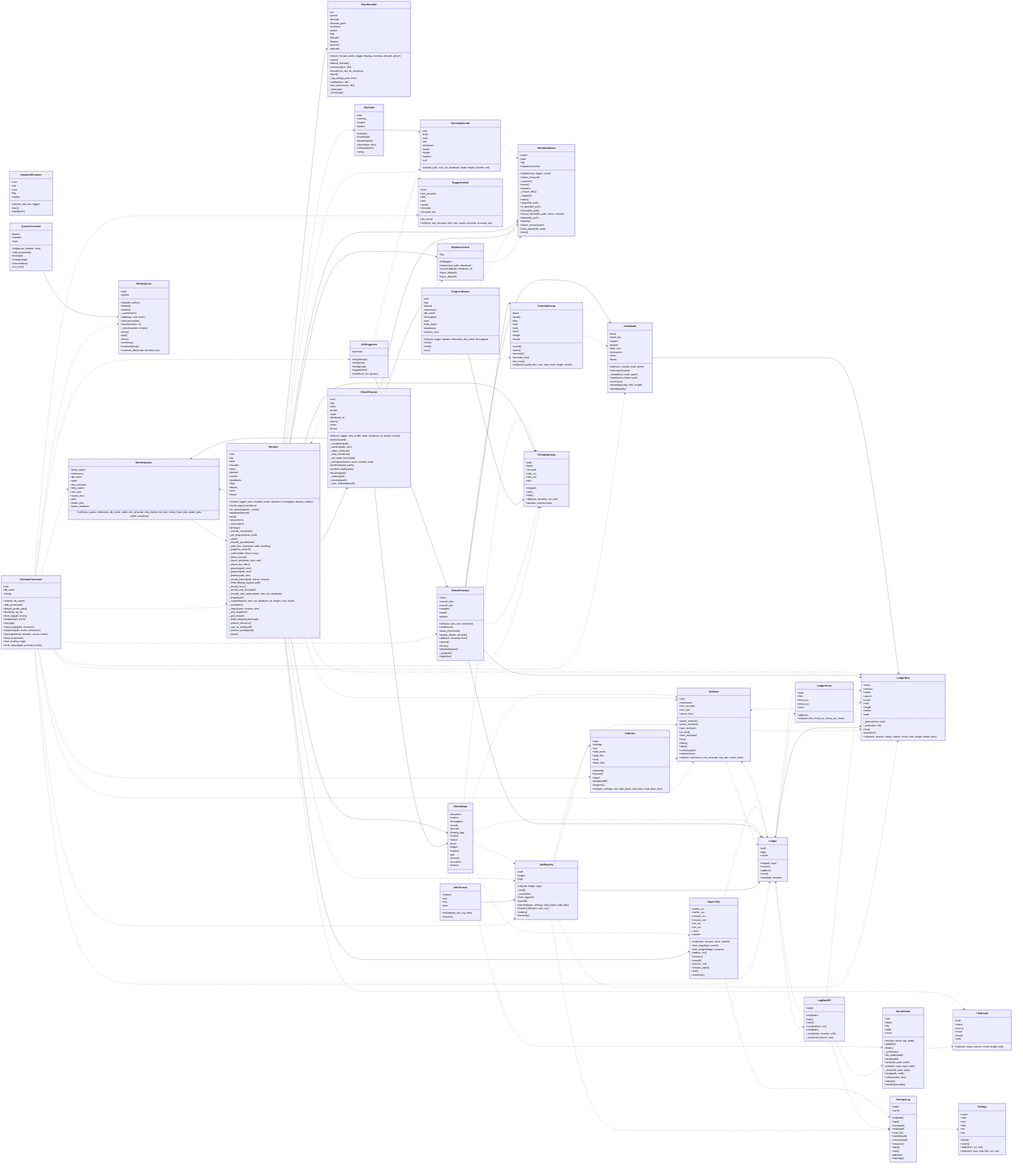
peddanet/mediatools keeps this Mermaid diagram as docs/img/uml_shrink.png. Above is the earlier version. Its source is kept beside it as docs/img/uml_shrink.mmd.
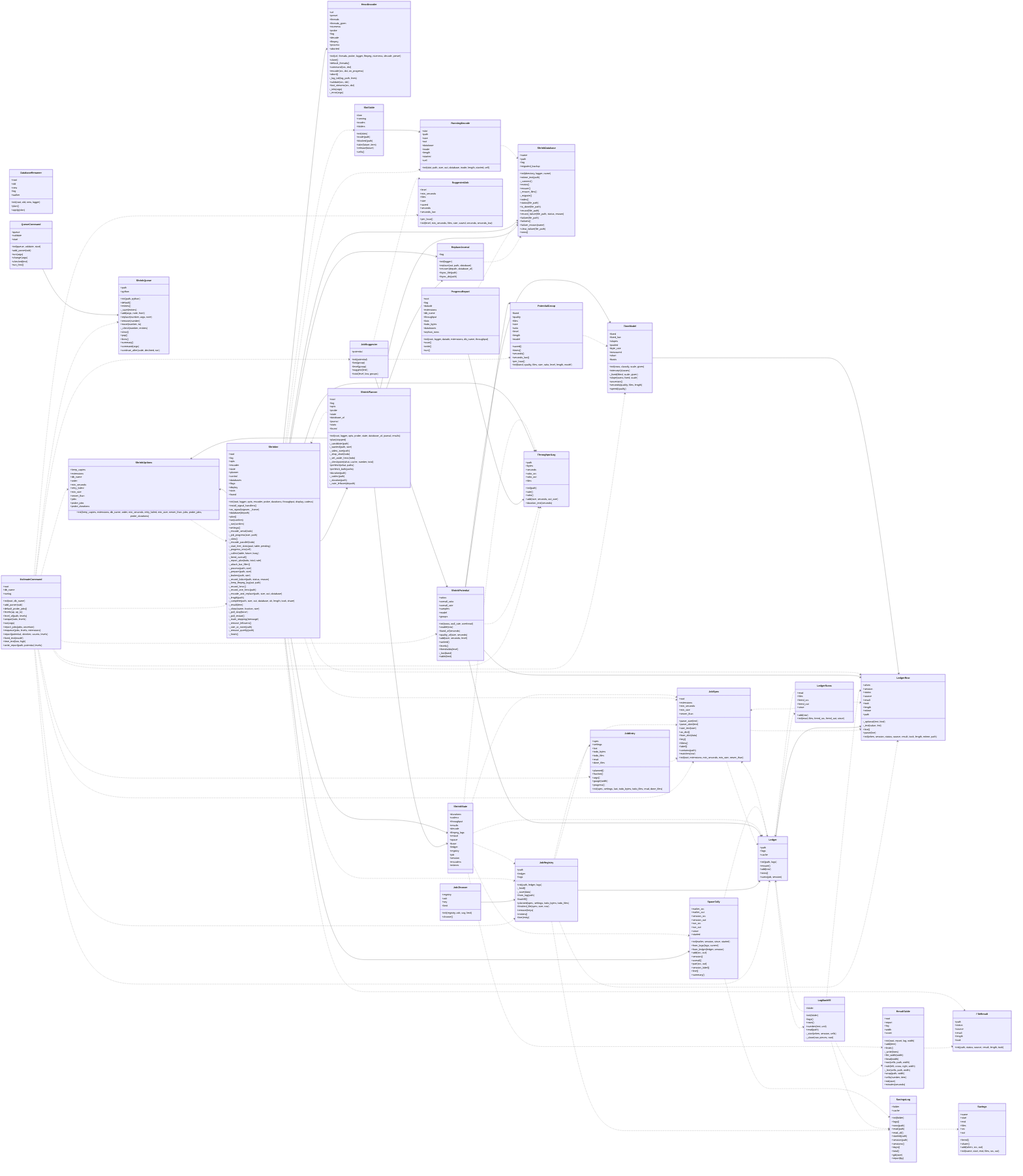
After the commit.

Diff of the diagram source:
```diff
@@ -118,6 +118,7 @@
     +backfill()
     +planned(spec, settings, todo_bytes, todo_files)
     +finished_file(spec, size, row)
+    +remove(keys)
     +entries()
     +line(entry)
   }
@@ -418,6 +419,7 @@
     +entries()
     -_save(entries)
     +add(args, note, front)
+    +replace(number, args, note)
     +remove(number)
     +move(number, to)
     -_check(number, entries)
```
